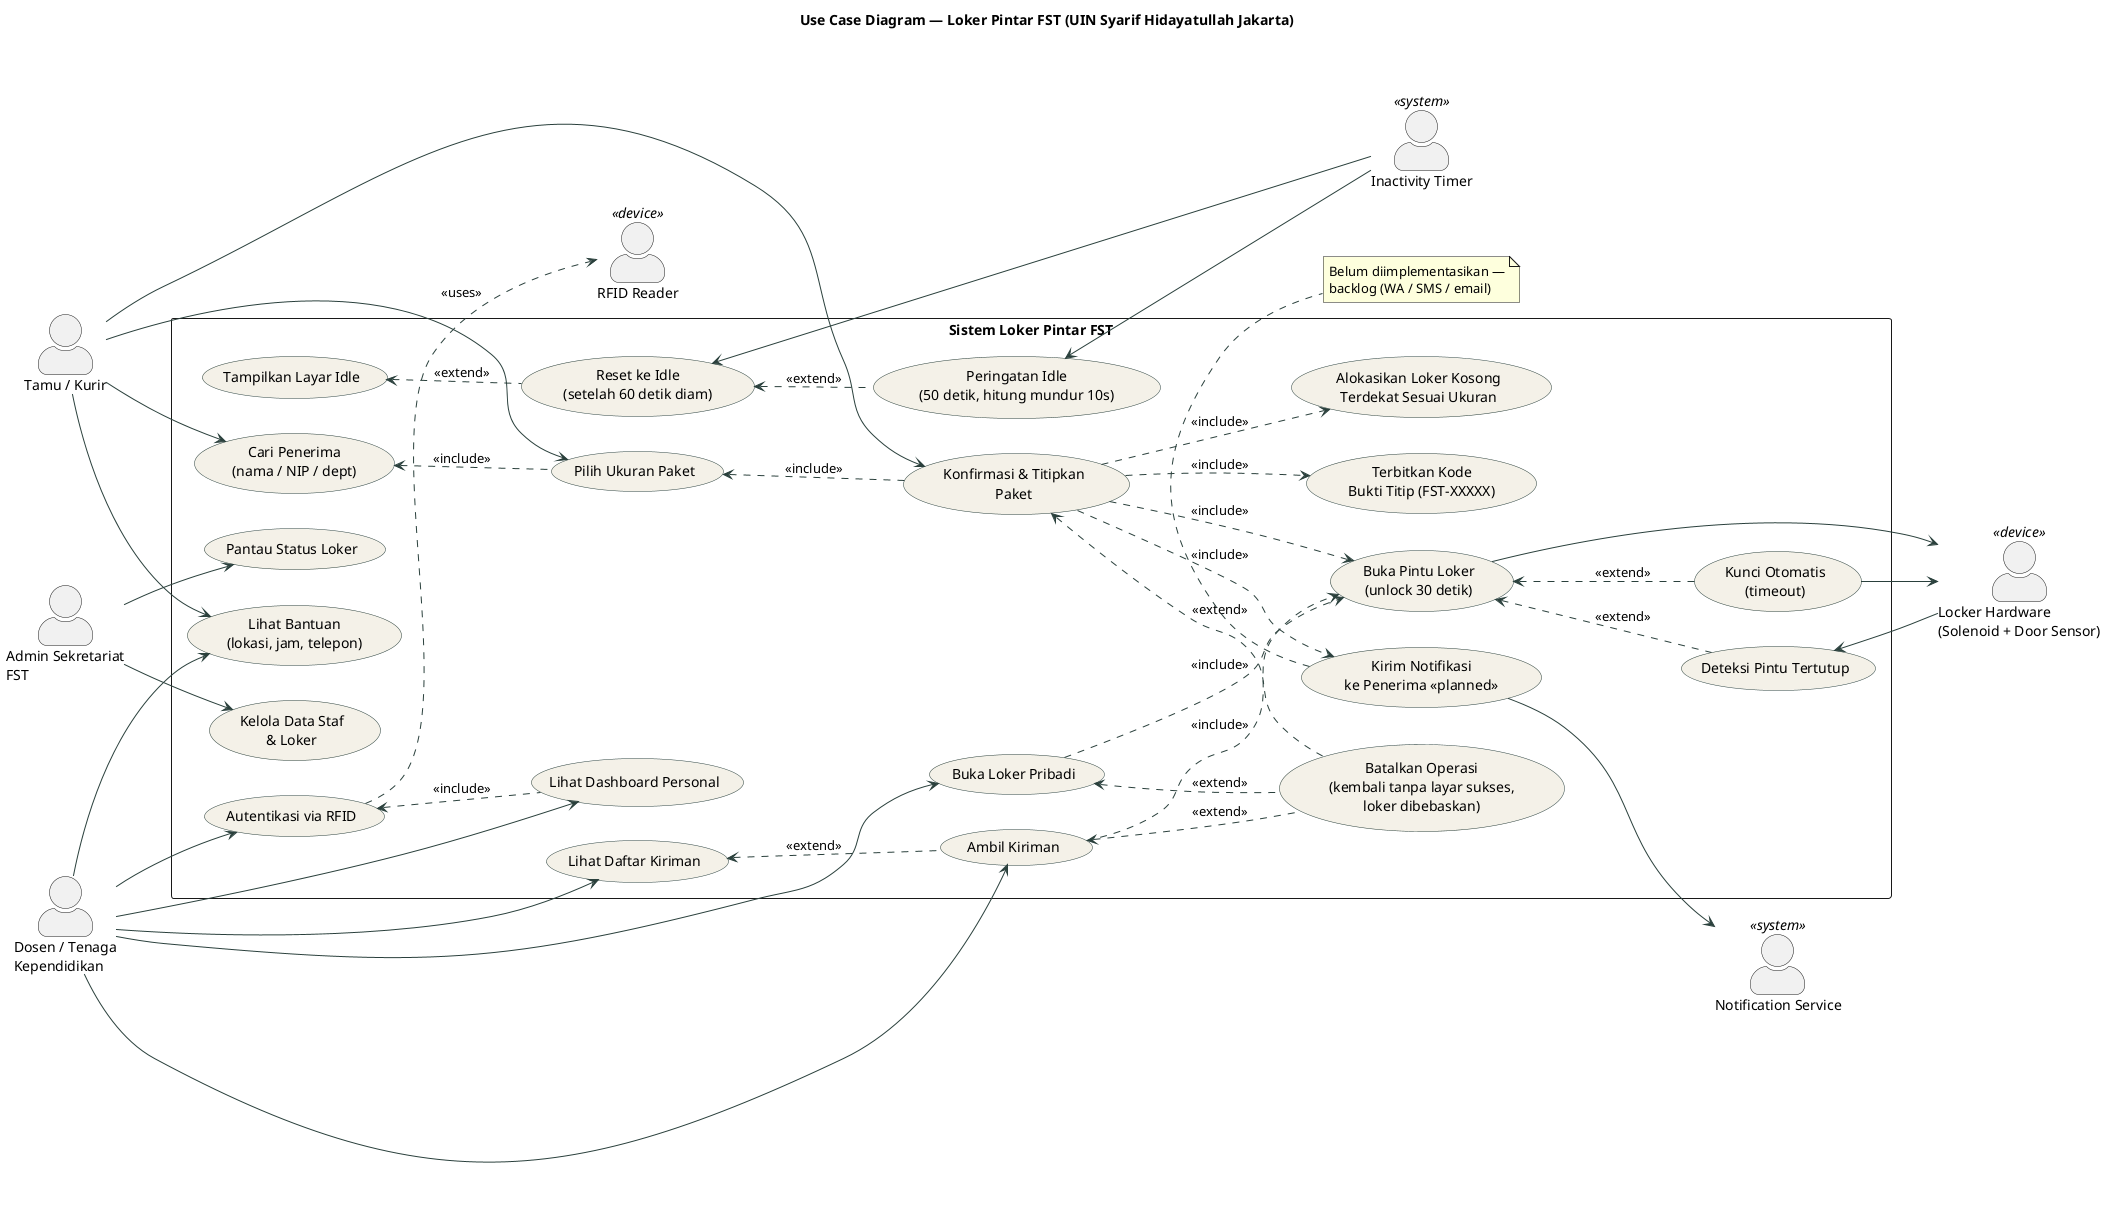
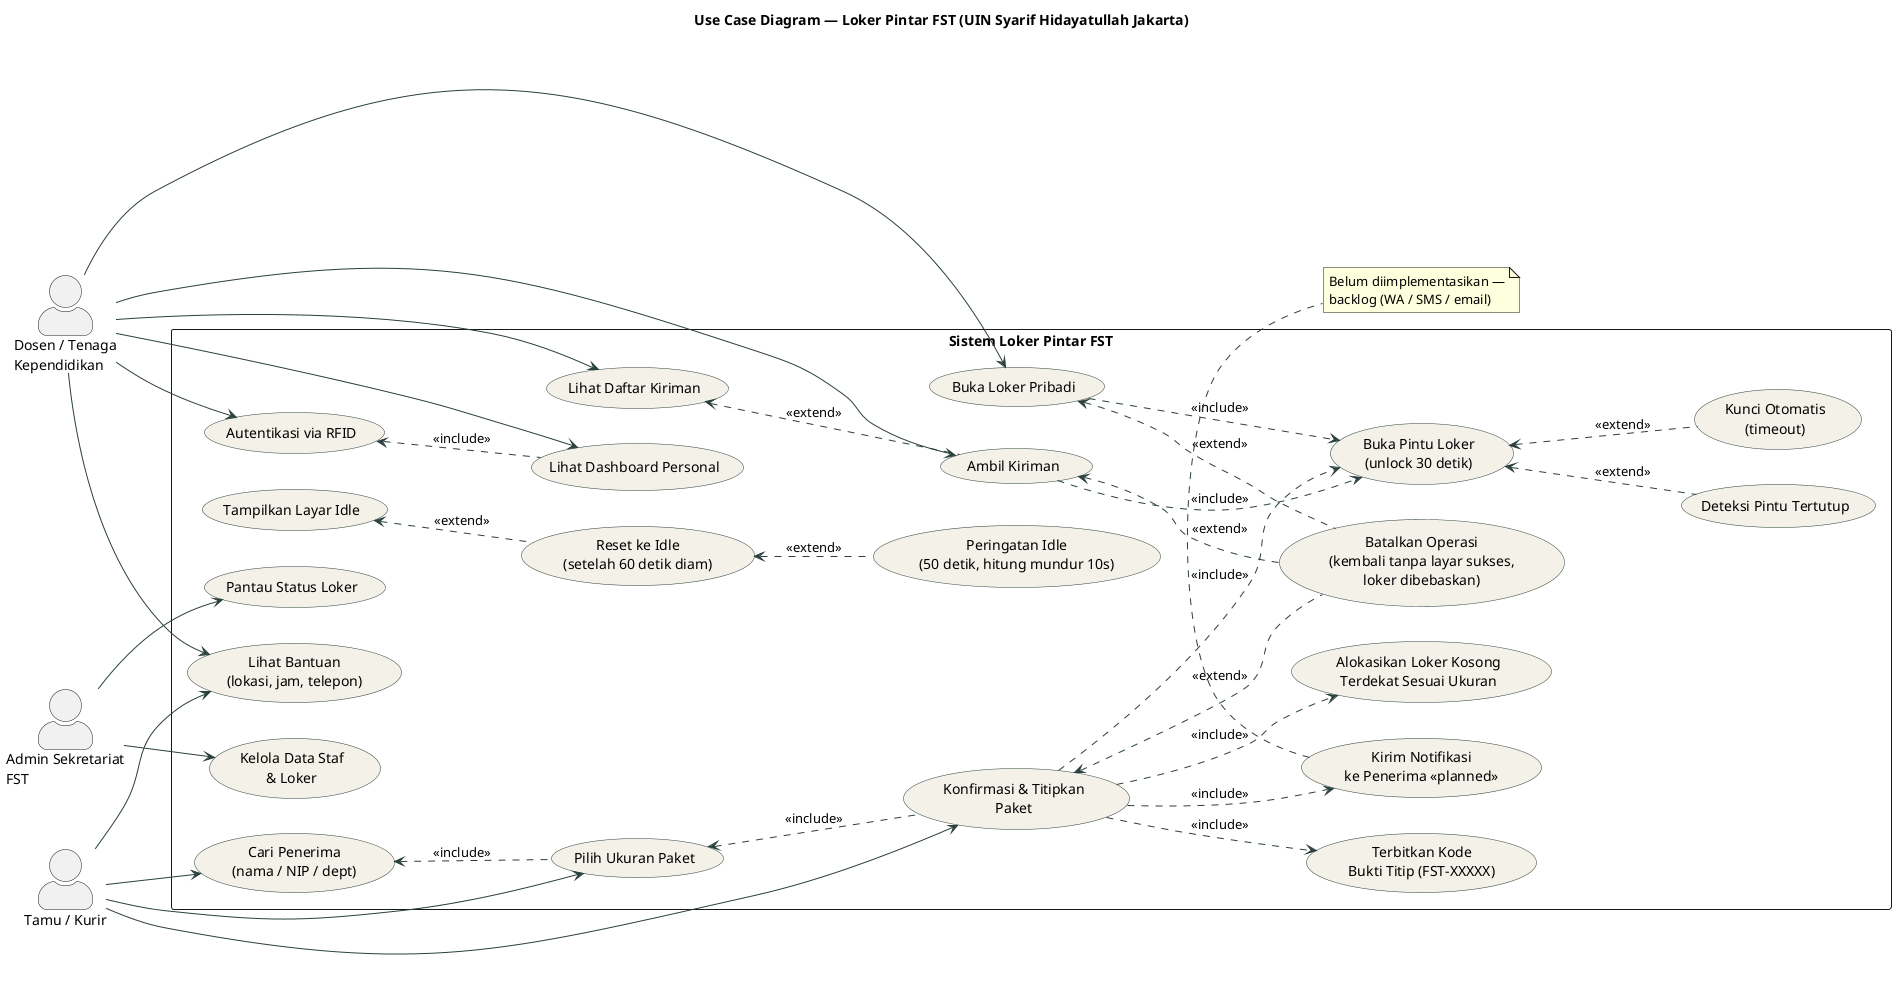
@startuml use-case-loker-pintar-fst
title Use Case Diagram — Loker Pintar FST (UIN Syarif Hidayatullah Jakarta)

left to right direction
skinparam packageStyle rectangle
skinparam shadowing false
skinparam actorStyle awesome
skinparam usecase {
  BackgroundColor #F4F1E8
  BorderColor #2A403C
  ArrowColor #2A403C
}

' ---------- Actors ----------
actor "Dosen / Tenaga\nKependidikan" as Staf
actor "Tamu / Kurir" as Kurir
actor "Admin Sekretariat\nFST" as Admin

- actor "RFID Reader" as RFID <<device>>
- actor "Locker Hardware\n(Solenoid + Door Sensor)" as Hardware <<device>>
- actor "Notification Service" as Notif <<system>>
- actor "Inactivity Timer" as Timer <<system>>

' ---------- System Boundary ----------
rectangle "Sistem Loker Pintar FST" {

  usecase "Tampilkan Layar Idle" as UC_Idle
  usecase "Autentikasi via RFID" as UC_Auth
  usecase "Lihat Dashboard Personal" as UC_Dash
  usecase "Buka Loker Pribadi" as UC_OpenSelf
  usecase "Lihat Daftar Kiriman" as UC_MailList
  usecase "Ambil Kiriman" as UC_Claim

  usecase "Cari Penerima\n(nama / NIP / dept)" as UC_Search
  usecase "Pilih Ukuran Paket" as UC_PickSize
  usecase "Konfirmasi & Titipkan\nPaket" as UC_Deliver

  usecase "Alokasikan Loker Kosong\nTerdekat Sesuai Ukuran" as UC_Allocate
  usecase "Buka Pintu Loker\n(unlock 30 detik)" as UC_Unlock
  usecase "Batalkan Operasi\n(kembali tanpa layar sukses,\nloker dibebaskan)" as UC_Cancel
  usecase "Terbitkan Kode\nBukti Titip (FST-XXXXX)" as UC_Receipt
  usecase "Deteksi Pintu Tertutup" as UC_DoorClose
  usecase "Kunci Otomatis\n(timeout)" as UC_AutoLock
  usecase "Kirim Notifikasi\nke Penerima <<planned>>" as UC_Notify
  usecase "Lihat Bantuan\n(lokasi, jam, telepon)" as UC_Help
  usecase "Peringatan Idle\n(50 detik, hitung mundur 10s)" as UC_IdleWarn
  usecase "Reset ke Idle\n(setelah 60 detik diam)" as UC_AutoIdle

  usecase "Kelola Data Staf\n& Loker" as UC_Manage
  usecase "Pantau Status Loker" as UC_Monitor
}

' ---------- Staf relationships ----------
Staf --> UC_Auth
Staf --> UC_Dash
Staf --> UC_OpenSelf
Staf --> UC_MailList
Staf --> UC_Claim

- UC_Auth ..> RFID : <<uses>>
UC_Auth <.. UC_Dash : <<include>>
UC_OpenSelf ..> UC_Unlock : <<include>>
UC_Claim    ..> UC_Unlock : <<include>>
UC_MailList <.. UC_Claim  : <<extend>>

' ---------- Kurir relationships ----------
Kurir --> UC_Search
Kurir --> UC_PickSize
Kurir --> UC_Deliver

UC_Search   <.. UC_PickSize : <<include>>
UC_PickSize <.. UC_Deliver  : <<include>>
UC_Deliver  ..> UC_Allocate : <<include>>
UC_Deliver  ..> UC_Unlock   : <<include>>
UC_Deliver  ..> UC_Receipt  : <<include>>
UC_Deliver  ..> UC_Notify   : <<include>>

' ---------- Cancel & Help (Sprint 1) ----------
UC_OpenSelf <.. UC_Cancel : <<extend>>
UC_Claim    <.. UC_Cancel : <<extend>>
UC_Deliver  <.. UC_Cancel : <<extend>>

Staf  --> UC_Help
Kurir --> UC_Help

- ' ---------- Hardware / system actors ----------
- UC_Unlock    --> Hardware
- UC_DoorClose <-- Hardware
- UC_AutoLock  --> Hardware
+ ' ---------- Hardware / system logic ----------
UC_Unlock    <.. UC_DoorClose : <<extend>>
UC_Unlock    <.. UC_AutoLock  : <<extend>>

- UC_Notify --> Notif
note bottom of UC_Notify
  Belum diimplementasikan —
  backlog (WA / SMS / email)
end note

- UC_IdleWarn <-- Timer
- UC_AutoIdle <-- Timer
UC_AutoIdle <.. UC_IdleWarn : <<extend>>
UC_Idle     <.. UC_AutoIdle : <<extend>>

' ---------- Admin ----------
Admin --> UC_Manage
Admin --> UC_Monitor

@enduml
